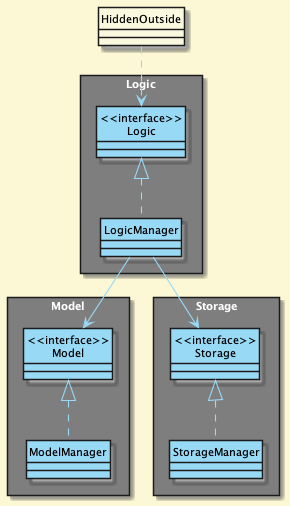
The PlantUML diagram docs/umlDiagrams/img/ComponentManagers.png in yusufaine/tp, before a commit. Source of this version:
```plantuml
@startuml
HIDE CIRCLE
!define DARKBLUE2
!include style.puml

skinparam arrowThickness 1.1
skinparam arrowColor LOGIC_COLOR
skinparam classBackgroundColor LOGIC_COLOR
skinparam classFontColor Black
skinparam rectanglefontcolor white

package Logic <<Rectangle>> {
Class "<<interface>>\nLogic" as Logic
Class LogicManager
}

package Model <<Rectangle>> {
Class "<<interface>>\nModel" as Model
Class ModelManager
}

package Storage <<Rectangle>> {
Class "<<interface>>\nStorage" as Storage
Class StorageManager
}

Class HiddenOutside #faf8de
HiddenOutside ..> Logic

LogicManager .up.|> Logic
ModelManager .up.|> Model
StorageManager .up.|> Storage

LogicManager --> Model
LogicManager --> Storage
@enduml
```
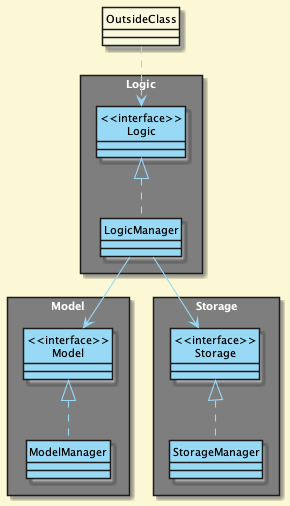
The same diagram one commit later.

The edit, as a diff of the source:
```diff
@@ -24,8 +24,8 @@
 Class StorageManager
 }
 
-Class HiddenOutside #faf8de
-HiddenOutside ..> Logic
+Class OutsideClass #faf8de
+OutsideClass ..> Logic
 
 LogicManager .up.|> Logic
 ModelManager .up.|> Model
```
